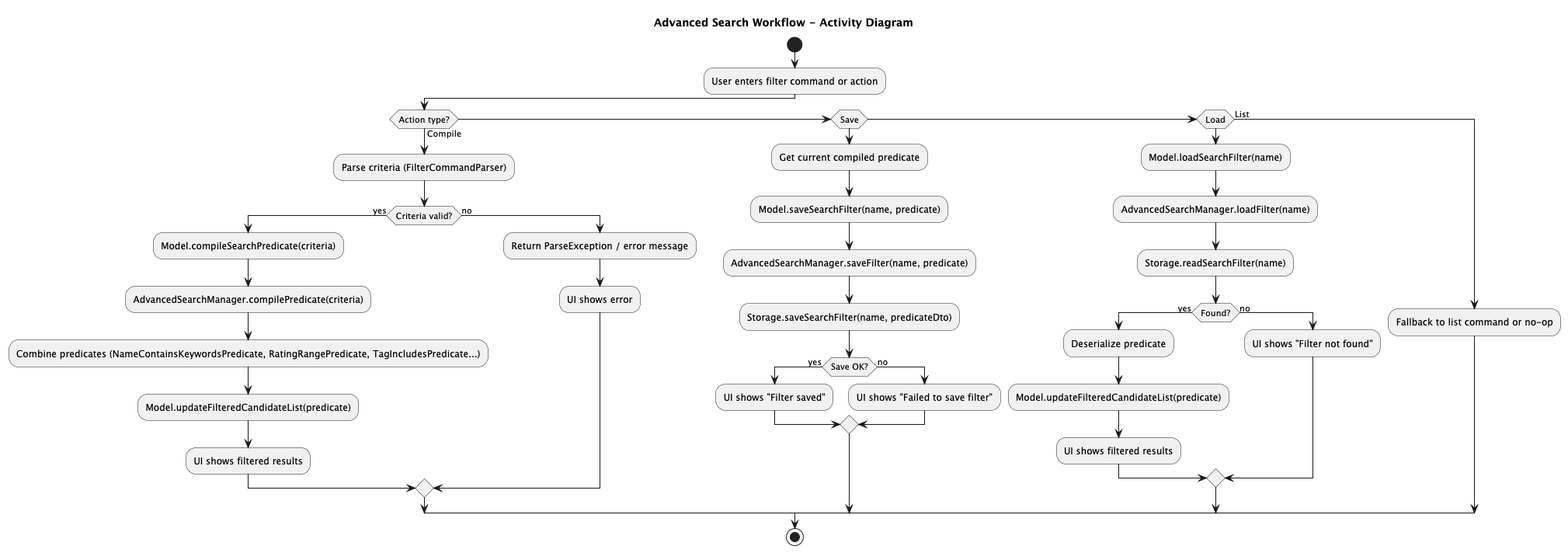
This is docs/images/SearchWorkflow.png from julius-gwee/tp, a PlantUML export, as it was before one commit.
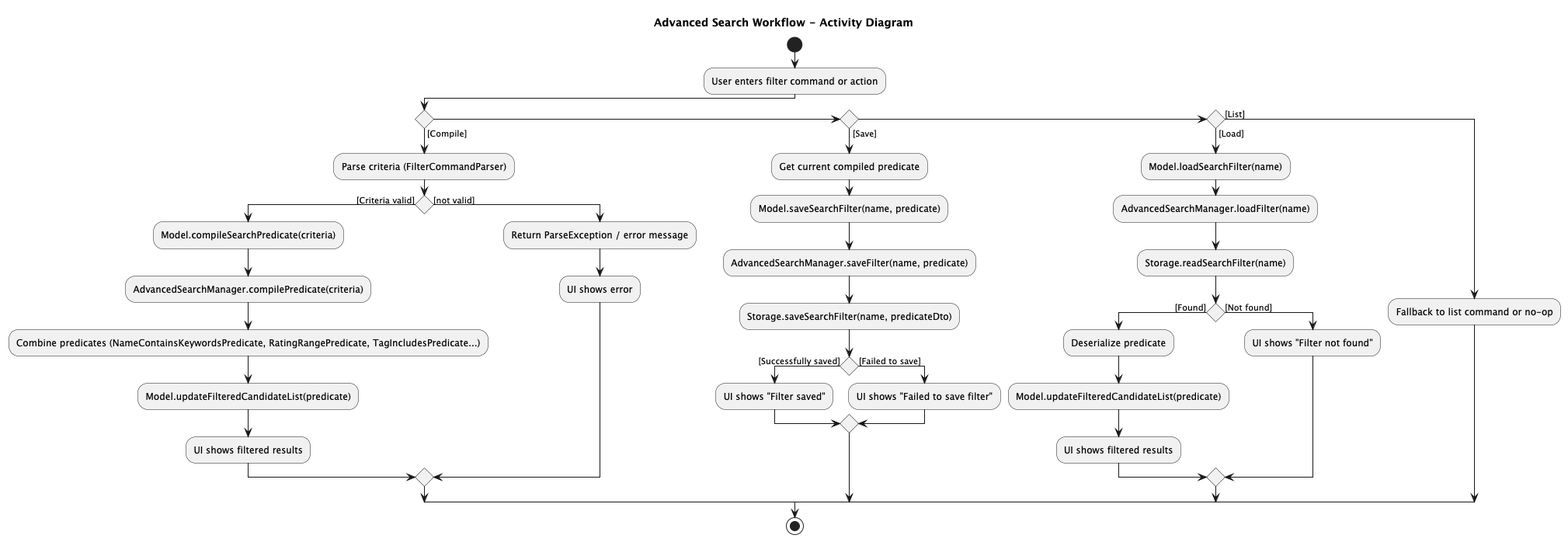
The same file after the commit.

Commit message:
Update search workflow UML diagram

What changed in the source:
```diff
@@ -3,42 +3,42 @@
 
 start
 :User enters filter command or action;
-if (Action type?) then (Compile)
-  :Parse criteria (FilterCommandParser);
-  if (Criteria valid?) then (yes)
-    :Model.compileSearchPredicate(criteria);
-    :AdvancedSearchManager.compilePredicate(criteria);
-    :Combine predicates (NameContainsKeywordsPredicate, RatingRangePredicate, TagIncludesPredicate...);
-    :Model.updateFilteredCandidateList(predicate);
-    :UI shows filtered results;
-  else (no)
-    :Return ParseException / error message;
-    :UI shows error;
-  endif
-elseif (Save)
-  :Get current compiled predicate;
-  :Model.saveSearchFilter(name, predicate);
-  :AdvancedSearchManager.saveFilter(name, predicate);
-  :Storage.saveSearchFilter(name, predicateDto);
-  if (Save OK?) then (yes)
-    :UI shows "Filter saved";
-  else (no)
-    :UI shows "Failed to save filter";
-  endif
-elseif (Load)
-  :Model.loadSearchFilter(name);
-  :AdvancedSearchManager.loadFilter(name);
-  :Storage.readSearchFilter(name);
-  if (Found?) then (yes)
-    :Deserialize predicate;
-    :Model.updateFilteredCandidateList(predicate);
-    :UI shows filtered results;
-  else (no)
-    :UI shows "Filter not found";
-  endif
-else (List)
-  :Fallback to list command or no-op;
+
+if () then ([Compile])
+:Parse criteria (FilterCommandParser);
+if () then ([Criteria valid])
+:Model.compileSearchPredicate(criteria);
+:AdvancedSearchManager.compilePredicate(criteria);
+:Combine predicates (NameContainsKeywordsPredicate, RatingRangePredicate, TagIncludesPredicate...);
+:Model.updateFilteredCandidateList(predicate);
+:UI shows filtered results;
+else ([not valid])
+:Return ParseException / error message;
+:UI shows error;
+endif
+elseif () then ([Save])
+:Get current compiled predicate;
+:Model.saveSearchFilter(name, predicate);
+:AdvancedSearchManager.saveFilter(name, predicate);
+:Storage.saveSearchFilter(name, predicateDto);
+if () then ([Successfully saved])
+:UI shows "Filter saved";
+else ([Failed to save])
+:UI shows "Failed to save filter";
+endif
+elseif () then ([Load])
+:Model.loadSearchFilter(name);
+:AdvancedSearchManager.loadFilter(name);
+:Storage.readSearchFilter(name);
+if () then ([Found])
+:Deserialize predicate;
+:Model.updateFilteredCandidateList(predicate);
+:UI shows filtered results;
+else ([Not found])
+:UI shows "Filter not found";
+endif
+else ([List])
+:Fallback to list command or no-op;
 endif
 stop
-
 @enduml
```
